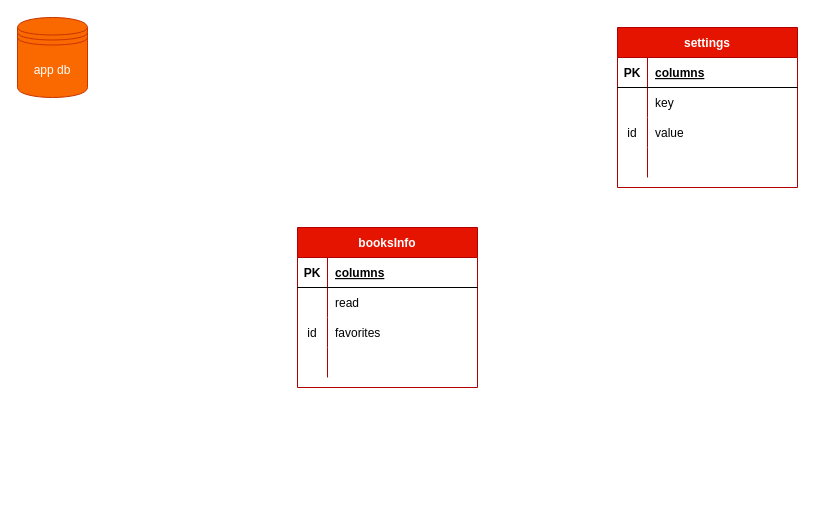
The draw.io diagram prototypes/db-app.drawio in garryk3/library, before the edit. Source tidied: cells renumbered, new cells numbered last; positions are measured from the earlier drawing's top-left corner, leaving out a move shared by most shapes. Both pictures are drawn from the tidied source at 100%, with x=0, y=0 at pixel (17, 17).
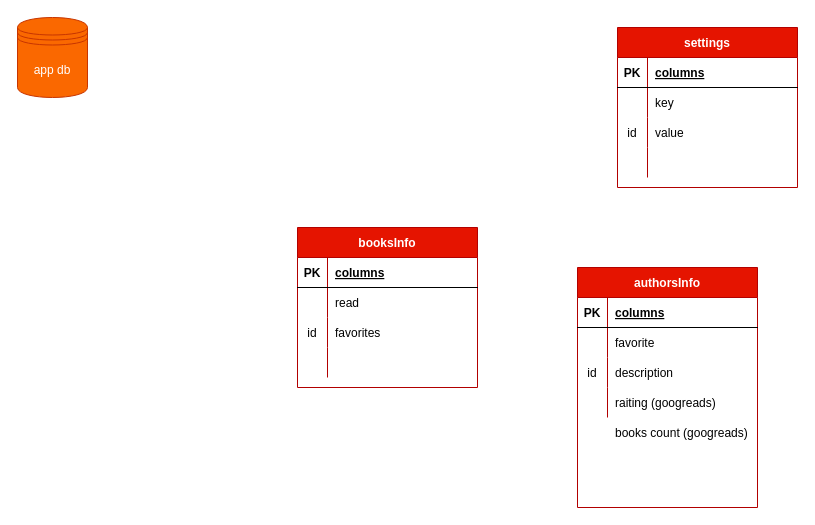
Above is the later version.

Change to the diagram source:
```diff
@@
+    <mxCell id="29" value="authorsInfo" style="shape=table;startSize=30;childLayout=tableLayout;rowLines=0;fontStyle=1;align=center;fillColor=#e51400;strokeColor=#B20000;fontColor=#ffffff;" parent="1" vertex="1">
+      <mxGeometry x="560" y="250" width="180" height="240" as="geometry" />
+    </mxCell>
+    <mxCell id="30" style="shape=partialRectangle;fillColor=none;top=0;left=0;bottom=1;right=0;" parent="29" vertex="1">
+      <mxGeometry y="30" width="180" height="30" as="geometry" />
+    </mxCell>
+    <mxCell id="31" value="PK" style="shape=partialRectangle;fillColor=none;top=0;left=0;bottom=0;right=0;fontStyle=1;overflow=hidden;" parent="30" vertex="1">
+      <mxGeometry width="30" height="30" as="geometry" />
+    </mxCell>
+    <mxCell id="32" value="columns" style="shape=partialRectangle;fillColor=none;top=0;left=0;bottom=0;right=0;align=left;spacingLeft=6;fontStyle=5;overflow=hidden;" parent="30" vertex="1">
+      <mxGeometry x="30" width="150" height="30" as="geometry" />
+    </mxCell>
+    <mxCell id="33" style="shape=partialRectangle;fillColor=none;top=0;left=0;bottom=0;right=0;" parent="29" vertex="1">
+      <mxGeometry y="60" width="180" height="30" as="geometry" />
+    </mxCell>
+    <mxCell id="34" style="shape=partialRectangle;fillColor=none;top=0;left=0;bottom=0;right=0;overflow=hidden;" parent="33" vertex="1">
+      <mxGeometry width="30" height="30" as="geometry" />
+    </mxCell>
+    <mxCell id="35" value="favorite" style="shape=partialRectangle;fillColor=none;top=0;left=0;bottom=0;right=0;align=left;spacingLeft=6;overflow=hidden;" parent="33" vertex="1">
+      <mxGeometry x="30" width="150" height="30" as="geometry" />
+    </mxCell>
+    <mxCell id="36" style="shape=partialRectangle;fillColor=none;top=0;left=0;bottom=0;right=0;" parent="29" vertex="1">
+      <mxGeometry y="90" width="180" height="30" as="geometry" />
+    </mxCell>
+    <mxCell id="37" value="id" style="shape=partialRectangle;fillColor=none;top=0;left=0;bottom=0;right=0;overflow=hidden;" parent="36" vertex="1">
+      <mxGeometry width="30" height="30" as="geometry" />
+    </mxCell>
+    <mxCell id="38" value="description" style="shape=partialRectangle;fillColor=none;top=0;left=0;bottom=0;right=0;align=left;spacingLeft=6;overflow=hidden;" parent="36" vertex="1">
+      <mxGeometry x="30" width="150" height="30" as="geometry" />
+    </mxCell>
+    <mxCell id="39" style="shape=partialRectangle;fillColor=none;top=0;left=0;bottom=0;right=0;" parent="29" vertex="1">
+      <mxGeometry y="120" width="180" height="30" as="geometry" />
+    </mxCell>
+    <mxCell id="40" style="shape=partialRectangle;fillColor=none;top=0;left=0;bottom=0;right=0;overflow=hidden;" parent="39" vertex="1">
+      <mxGeometry width="30" height="30" as="geometry" />
+    </mxCell>
+    <mxCell id="41" value="raiting (googreads)" style="shape=partialRectangle;fillColor=none;top=0;left=0;bottom=0;right=0;align=left;spacingLeft=6;overflow=hidden;" parent="39" vertex="1">
+      <mxGeometry x="30" width="150" height="30" as="geometry" />
+    </mxCell>
+    <mxCell id="42" value="books count (googreads)" style="shape=partialRectangle;fillColor=none;top=0;left=0;bottom=0;right=0;align=left;spacingLeft=6;overflow=hidden;" parent="1" vertex="1">
+      <mxGeometry x="590" y="400" width="150" height="30" as="geometry" />
+    </mxCell>
```
